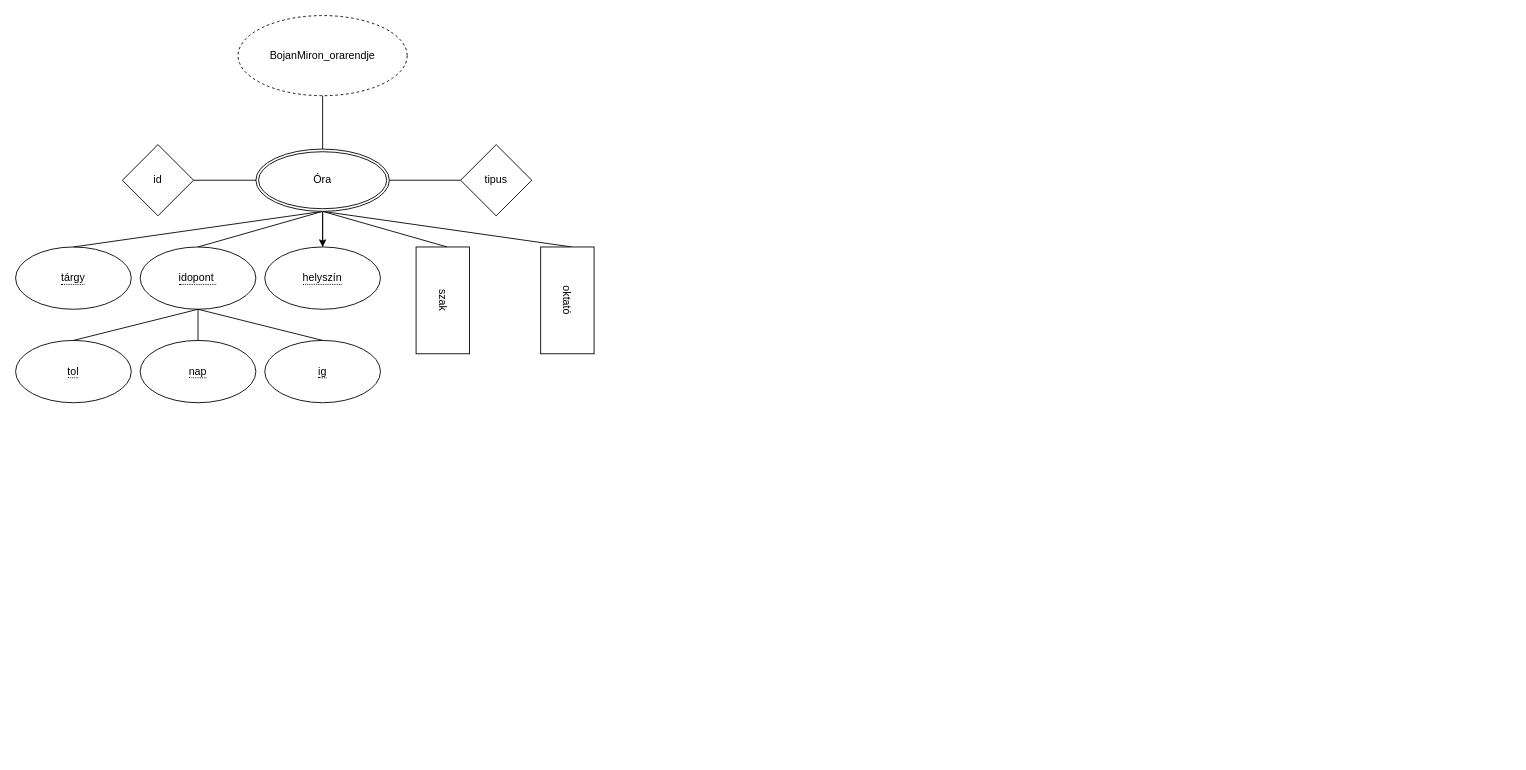
Above: F4XQRO_0917/F4XQRO_orarendXDM.drawio in mironprog/F4XQRO-XML (draw.io), before the change. Source tidied: cells renumbered, new cells numbered last; positions are measured from the earlier drawing's top-left corner, leaving out a move shared by most shapes. Both pictures are drawn from the tidied source at 89%, with x=0, y=0 at pixel (15, 15).
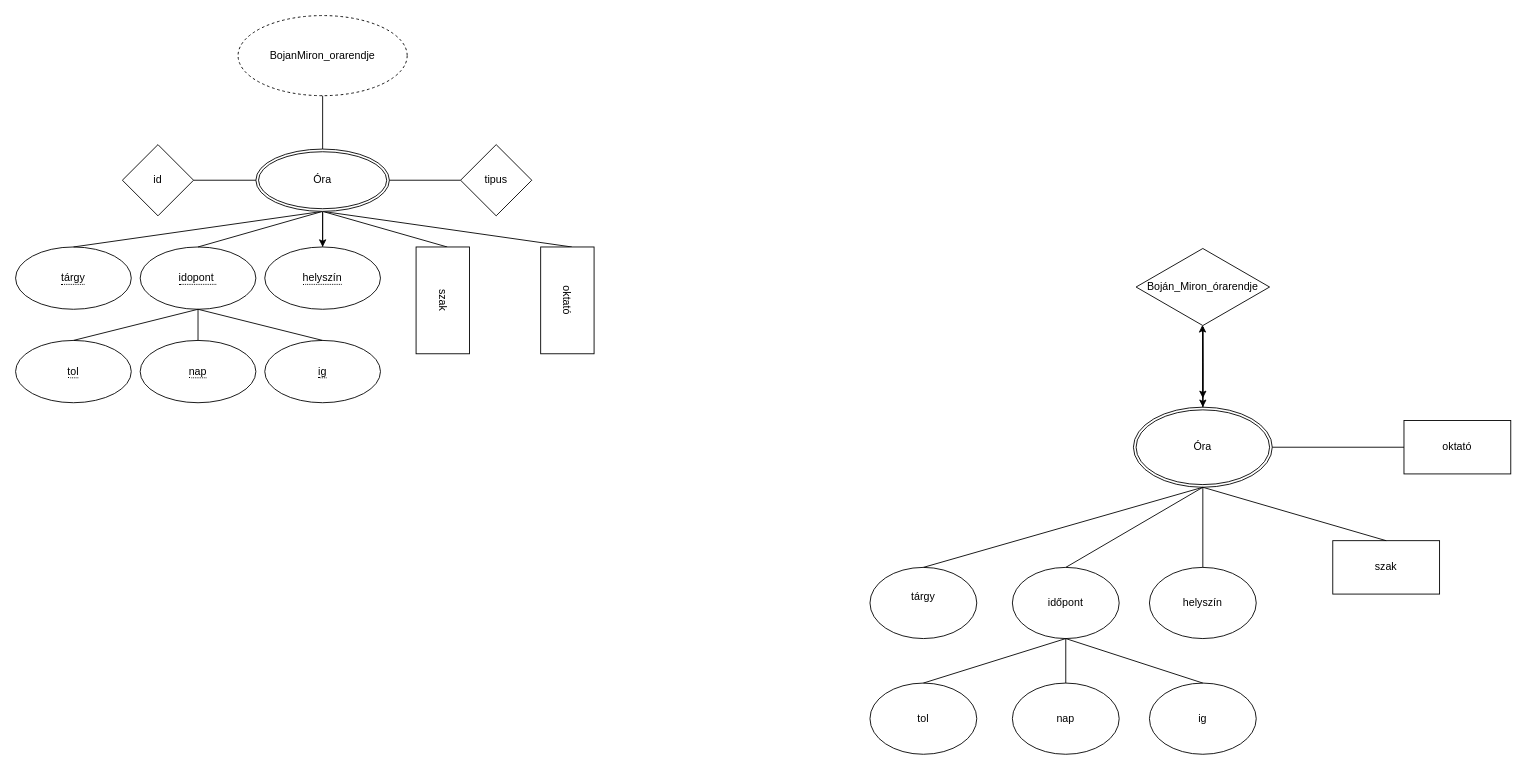
The same page after the edit.

Diff of the diagram source:
```diff
@@
+    <mxCell id="26" style="edgeStyle=orthogonalEdgeStyle;rounded=0;jettySize=auto;html=1;entryX=0.5;entryY=0;entryDx=0;entryDy=0;" parent="1" edge="1" source="29" target="30">
+      <mxGeometry relative="1" as="geometry" />
+    </mxCell>
+    <mxCell id="27" style="edgeStyle=orthogonalEdgeStyle;rounded=0;jettySize=auto;html=1;" parent="1" edge="1" source="29">
+      <mxGeometry relative="1" as="geometry">
+        <mxPoint x="1334" y="480" as="targetPoint" />
+      </mxGeometry>
+    </mxCell>
+    <mxCell id="28" style="edgeStyle=orthogonalEdgeStyle;rounded=0;jettySize=auto;html=1;" parent="1" edge="1" source="29">
+      <mxGeometry relative="1" as="geometry">
+        <mxPoint x="1334" y="430" as="targetPoint" />
+      </mxGeometry>
+    </mxCell>
+    <mxCell id="29" value="Boján_Miron_órarendje" style="html=1;whiteSpace=wrap;shape=isoRectangle;" parent="1" vertex="1">
+      <mxGeometry x="1259" y="260" width="150" height="90" as="geometry" />
+    </mxCell>
+    <mxCell id="30" value="Óra" style="ellipse;shape=doubleEllipse;margin=3;whiteSpace=wrap;html=1;align=center;" parent="1" vertex="1">
+      <mxGeometry x="1256" y="440" width="156" height="90" as="geometry" />
+    </mxCell>
+    <mxCell id="31" style="edgeStyle=orthogonalEdgeStyle;rounded=0;jettySize=auto;html=1;entryX=0.497;entryY=0.973;entryDx=0;entryDy=0;entryPerimeter=0;" parent="1" edge="1" source="30" target="29">
+      <mxGeometry relative="1" as="geometry" />
+    </mxCell>
+    <mxCell id="32" value="tárgy&lt;div&gt;&lt;br&gt;&lt;/div&gt;" style="ellipse;whiteSpace=wrap;html=1;" parent="1" vertex="1">
+      <mxGeometry x="960" y="620" width="120" height="80" as="geometry" />
+    </mxCell>
+    <mxCell id="33" value="időpont" style="ellipse;whiteSpace=wrap;html=1;" parent="1" vertex="1">
+      <mxGeometry x="1120" y="620" width="120" height="80" as="geometry" />
+    </mxCell>
+    <mxCell id="34" value="helyszín" style="ellipse;whiteSpace=wrap;html=1;" parent="1" vertex="1">
+      <mxGeometry x="1274" y="620" width="120" height="80" as="geometry" />
+    </mxCell>
+    <mxCell id="35" style="endArrow=none;html=1;rounded=0;exitX=0.5;exitY=0;exitDx=0;exitDy=0;entryX=0.5;entryY=1;entryDx=0;entryDy=0;" parent="1" edge="1" source="32" target="30">
+      <mxGeometry relative="1" as="geometry" />
+    </mxCell>
+    <mxCell id="36" style="endArrow=none;html=1;rounded=0;exitX=0.5;exitY=0;exitDx=0;exitDy=0;entryX=0.5;entryY=1;entryDx=0;entryDy=0;" parent="1" edge="1" source="33" target="30">
+      <mxGeometry relative="1" as="geometry" />
+    </mxCell>
+    <mxCell id="37" style="endArrow=none;html=1;rounded=0;exitX=0.5;exitY=0;exitDx=0;exitDy=0;entryX=0.5;entryY=1;entryDx=0;entryDy=0;" parent="1" edge="1" source="34" target="30">
+      <mxGeometry relative="1" as="geometry" />
+    </mxCell>
+    <mxCell id="38" value="tol" style="ellipse;whiteSpace=wrap;html=1;" parent="1" vertex="1">
+      <mxGeometry x="960" y="750" width="120" height="80" as="geometry" />
+    </mxCell>
+    <mxCell id="39" value="nap" style="ellipse;whiteSpace=wrap;html=1;" parent="1" vertex="1">
+      <mxGeometry x="1120" y="750" width="120" height="80" as="geometry" />
+    </mxCell>
+    <mxCell id="40" value="ig" style="ellipse;whiteSpace=wrap;html=1;" parent="1" vertex="1">
+      <mxGeometry x="1274" y="750" width="120" height="80" as="geometry" />
+    </mxCell>
+    <mxCell id="41" style="endArrow=none;html=1;rounded=0;entryX=0.5;entryY=1;entryDx=0;entryDy=0;exitX=0.5;exitY=0;exitDx=0;exitDy=0;" parent="1" edge="1" source="38" target="33">
+      <mxGeometry relative="1" as="geometry" />
+    </mxCell>
+    <mxCell id="42" style="endArrow=none;html=1;rounded=0;entryX=0.5;entryY=1;entryDx=0;entryDy=0;exitX=0.5;exitY=0;exitDx=0;exitDy=0;" parent="1" edge="1" source="39" target="33">
+      <mxGeometry relative="1" as="geometry" />
+    </mxCell>
+    <mxCell id="43" style="endArrow=none;html=1;rounded=0;entryX=0.5;entryY=1;entryDx=0;entryDy=0;exitX=0.5;exitY=0;exitDx=0;exitDy=0;" parent="1" edge="1" source="40" target="33">
+      <mxGeometry relative="1" as="geometry" />
+    </mxCell>
+    <mxCell id="44" value="szak" style="rounded=0;whiteSpace=wrap;html=1;" parent="1" vertex="1">
+      <mxGeometry x="1480" y="590" width="120" height="60" as="geometry" />
+    </mxCell>
+    <mxCell id="45" style="endArrow=none;html=1;rounded=0;entryX=0.5;entryY=1;entryDx=0;entryDy=0;exitX=0.5;exitY=0;exitDx=0;exitDy=0;" parent="1" edge="1" source="44" target="30">
+      <mxGeometry relative="1" as="geometry" />
+    </mxCell>
+    <mxCell id="46" value="oktató" style="rounded=0;whiteSpace=wrap;html=1;" parent="1" vertex="1">
+      <mxGeometry x="1560" y="455" width="120" height="60" as="geometry" />
+    </mxCell>
+    <mxCell id="47" style="endArrow=none;html=1;rounded=0;entryX=0;entryY=0.5;entryDx=0;entryDy=0;exitX=1;exitY=0.5;exitDx=0;exitDy=0;" parent="1" edge="1" source="30" target="46">
+      <mxGeometry relative="1" as="geometry" />
+    </mxCell>
```
